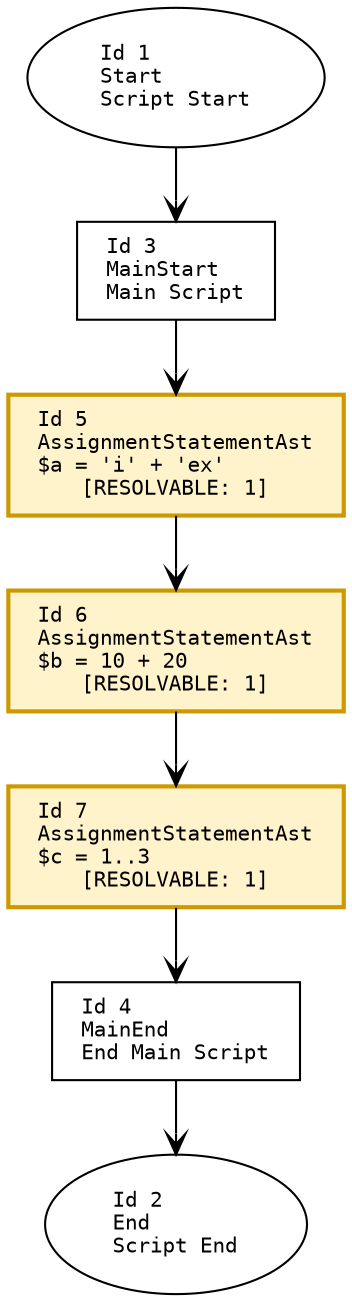
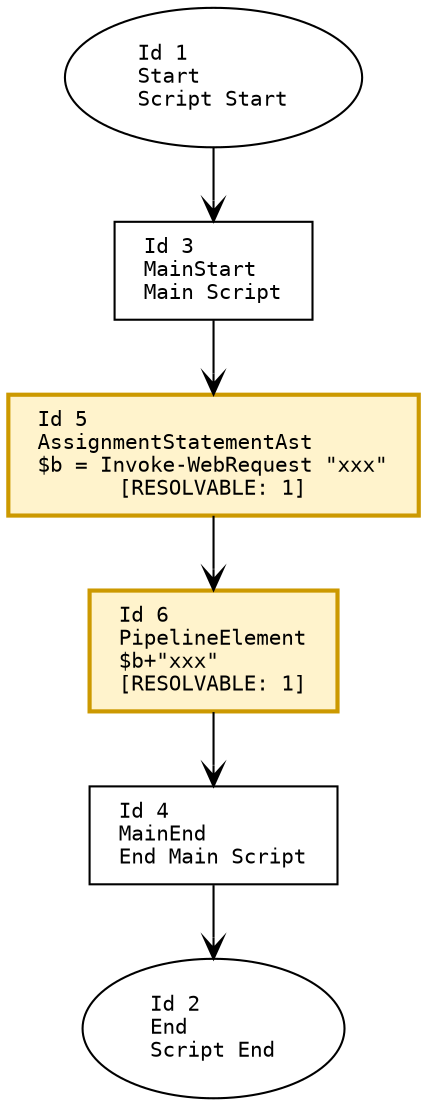
digraph G {
    rankdir=TB;
    node [
        fontname="Consolas"
        shape=box
        width=0
        height=0
        margin="0.2,0.1"
        fontsize=10
    ];
    edge [fontname="Arial", arrowhead=vee, fontsize=9];

    // Nodes
    1 [label="Id 1\lStart\lScript Start", shape=oval];
    2 [label="Id 2\lEnd\lScript End", shape=oval];
    3 [label="Id 3\lMainStart\lMain Script", shape=box];
    4 [label="Id 4\lMainEnd\lEnd Main Script", shape=box];
-     5 [label="Id 5\lAssignmentStatementAst\l$a = 'i' + 'ex'\l[RESOLVABLE: 1]", shape=box, style=filled, fillcolor="#fff3cc", color="#cc9900", penwidth=2];
-     6 [label="Id 6\lAssignmentStatementAst\l$b = 10 + 20\l[RESOLVABLE: 1]", shape=box, style=filled, fillcolor="#fff3cc", color="#cc9900", penwidth=2];
-     7 [label="Id 7\lAssignmentStatementAst\l$c = 1..3\l[RESOLVABLE: 1]", shape=box, style=filled, fillcolor="#fff3cc", color="#cc9900", penwidth=2];
+     5 [label="Id 5\lAssignmentStatementAst\l$b = Invoke-WebRequest \"xxx\"\l[RESOLVABLE: 1]", shape=box, style=filled, fillcolor="#fff3cc", color="#cc9900", penwidth=2];
+     6 [label="Id 6\lPipelineElement\l$b+\"xxx\"\l[RESOLVABLE: 1]", shape=box, style=filled, fillcolor="#fff3cc", color="#cc9900", penwidth=2];

    // Edges
    1 -> 3;
    3 -> 5;
    5 -> 6;
-     6 -> 7;
-     7 -> 4;
+     6 -> 4;
    4 -> 2;
}